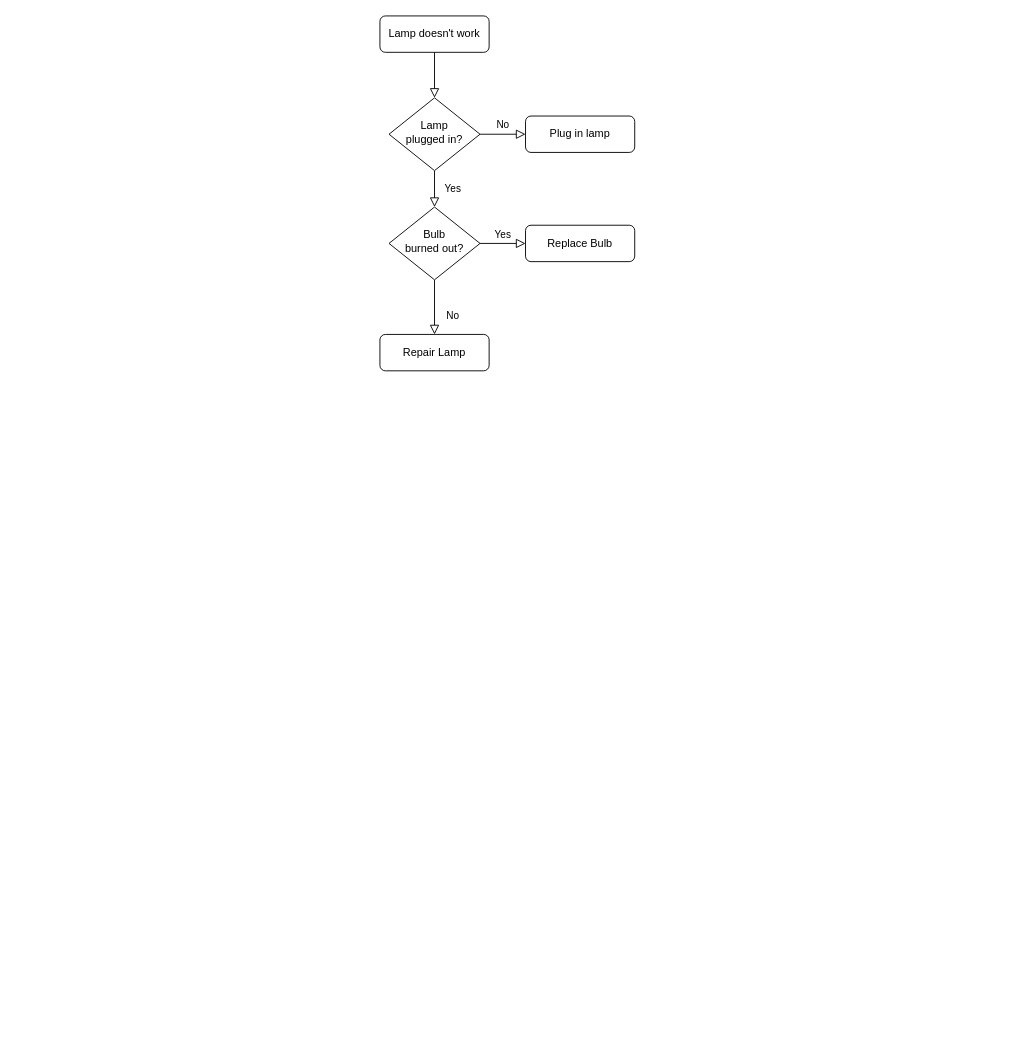
Earlier version of the draw.io diagram plannet x greening game dev process.drawio (AlyxLion/GUI-Assessment-1-). Source tidied: cells renumbered, new cells numbered last; positions are measured from the earlier drawing's top-left corner, leaving out a move shared by most shapes. Both pictures are drawn from the tidied source at 91%, with x=0, y=0 at pixel (379, 15).
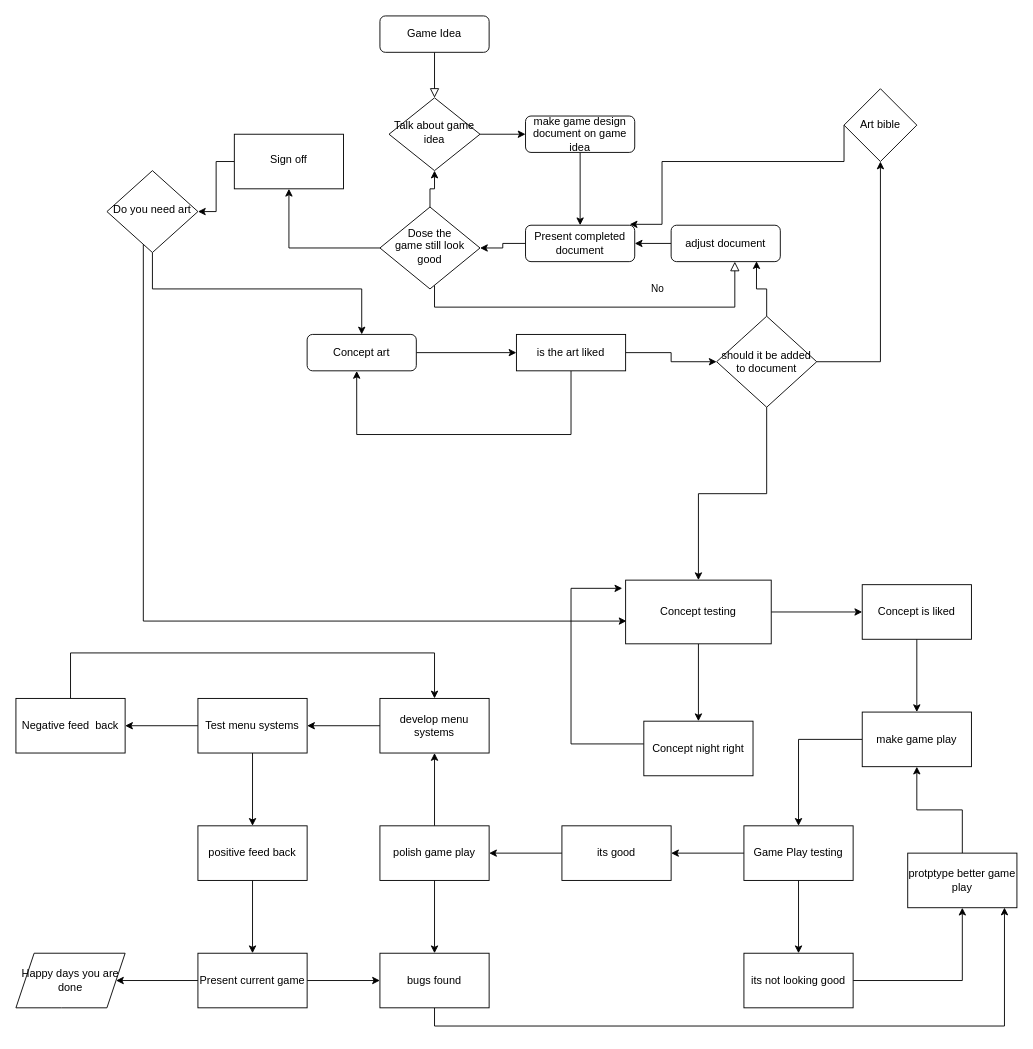
The same page after the edit.

The edit, as a diff of the source:
```diff
@@
-    <mxCell id="3" value="Lamp doesn't work" style="rounded=1;whiteSpace=wrap;html=1;fontSize=12;glass=0;strokeWidth=1;shadow=0;" parent="1" vertex="1">
+    <mxCell id="3" value="Game Idea" style="rounded=1;whiteSpace=wrap;html=1;fontSize=12;glass=0;strokeWidth=1;shadow=0;" parent="1" vertex="1">
       <mxGeometry width="120" height="40" as="geometry" />
     </mxCell>
-    <mxCell id="4" value="Yes" style="rounded=0;html=1;jettySize=auto;fontSize=11;endArrow=block;endFill=0;endSize=8;strokeWidth=1;shadow=0;labelBackgroundColor=none;edgeStyle=orthogonalEdgeStyle;" parent="1" edge="1" source="6" target="10">
-      <mxGeometry y="20" relative="1" as="geometry" />
-    </mxCell>
-    <mxCell id="5" value="No" style="edgeStyle=orthogonalEdgeStyle;rounded=0;html=1;jettySize=auto;fontSize=11;endArrow=block;endFill=0;endSize=8;strokeWidth=1;shadow=0;labelBackgroundColor=none;" parent="1" edge="1" source="6" target="7">
-      <mxGeometry y="10" relative="1" as="geometry" />
+    <mxCell id="5" style="edgeStyle=orthogonalEdgeStyle;rounded=0;jettySize=auto;html=1;" parent="1" edge="1" source="6" target="7">
+      <mxGeometry relative="1" as="geometry" />
     </mxCell>
-    <mxCell id="6" value="Lamp&lt;br&gt;plugged in?" style="rhombus;whiteSpace=wrap;html=1;shadow=0;fontFamily=Helvetica;fontSize=12;align=center;strokeWidth=1;spacing=6;spacingTop=-4;" parent="1" vertex="1">
+    <mxCell id="6" value="Talk about game idea" style="rhombus;whiteSpace=wrap;html=1;shadow=0;fontFamily=Helvetica;fontSize=12;align=center;strokeWidth=1;spacing=6;spacingTop=-4;" parent="1" vertex="1">
       <mxGeometry x="10" y="90" width="100" height="80" as="geometry" />
     </mxCell>
+    <mxCell id="13" style="edgeStyle=orthogonalEdgeStyle;rounded=0;jettySize=auto;html=1;" parent="1" edge="1" source="7" target="12">
+      <mxGeometry relative="1" as="geometry" />
+    </mxCell>
-    <mxCell id="7" value="Plug in lamp" style="rounded=1;whiteSpace=wrap;html=1;fontSize=12;glass=0;strokeWidth=1;shadow=0;" parent="1" vertex="1">
+    <mxCell id="7" value="make game design document on game idea" style="rounded=1;whiteSpace=wrap;html=1;fontSize=12;glass=0;strokeWidth=1;shadow=0;" parent="1" vertex="1">
       <mxGeometry x="160" y="110" width="120" height="40" as="geometry" />
     </mxCell>
-    <mxCell id="8" value="No" style="rounded=0;html=1;jettySize=auto;fontSize=11;endArrow=block;endFill=0;endSize=8;strokeWidth=1;shadow=0;labelBackgroundColor=none;edgeStyle=orthogonalEdgeStyle;" parent="1" edge="1" source="10" target="11">
-      <mxGeometry x="0.33" y="20" relative="1" as="geometry" />
+    <mxCell id="8" value="No" style="rounded=0;html=1;jettySize=auto;fontSize=11;endArrow=block;endFill=0;endSize=8;strokeWidth=1;shadow=0;labelBackgroundColor=none;edgeStyle=orthogonalEdgeStyle;" parent="1" edge="1" source="10" target="19">
+      <mxGeometry x="0.33" y="20" relative="1" as="geometry">
+        <Array as="points">
+          <mxPoint x="60" y="320" />
+          <mxPoint x="390" y="320" />
+        </Array>
+      </mxGeometry>
     </mxCell>
-    <mxCell id="9" value="Yes" style="edgeStyle=orthogonalEdgeStyle;rounded=0;html=1;jettySize=auto;fontSize=11;endArrow=block;endFill=0;endSize=8;strokeWidth=1;shadow=0;labelBackgroundColor=none;" parent="1" edge="1" source="10" target="12">
-      <mxGeometry y="10" relative="1" as="geometry" />
-    </mxCell>
+    <mxCell id="14" style="edgeStyle=orthogonalEdgeStyle;rounded=0;jettySize=auto;html=1;" parent="1" edge="1" source="10" target="6">
+      <mxGeometry relative="1" as="geometry" />
+    </mxCell>
+    <mxCell id="15" style="edgeStyle=orthogonalEdgeStyle;rounded=0;jettySize=auto;html=1;" parent="1" edge="1" source="10" target="68">
+      <mxGeometry relative="1" as="geometry" />
+    </mxCell>
-    <mxCell id="10" value="Bulb&lt;br&gt;burned out?" style="rhombus;whiteSpace=wrap;html=1;shadow=0;fontFamily=Helvetica;fontSize=12;align=center;strokeWidth=1;spacing=6;spacingTop=-4;" parent="1" vertex="1">
-      <mxGeometry x="10" y="210" width="100" height="80" as="geometry" />
+    <mxCell id="10" value="&lt;div&gt;Dose the &lt;br&gt;&lt;/div&gt;&lt;div&gt;game still look&lt;/div&gt;&lt;div&gt;good&lt;br&gt;&lt;/div&gt;" style="rhombus;whiteSpace=wrap;html=1;shadow=0;fontFamily=Helvetica;fontSize=12;align=center;strokeWidth=1;spacing=6;spacingTop=-4;" parent="1" vertex="1">
+      <mxGeometry y="210" width="110" height="90" as="geometry" />
     </mxCell>
+    <mxCell id="16" style="edgeStyle=orthogonalEdgeStyle;rounded=0;jettySize=auto;html=1;" parent="1" edge="1" source="11" target="22">
+      <mxGeometry relative="1" as="geometry" />
+    </mxCell>
-    <mxCell id="11" value="Repair Lamp" style="rounded=1;whiteSpace=wrap;html=1;fontSize=12;glass=0;strokeWidth=1;shadow=0;" parent="1" vertex="1">
-      <mxGeometry y="350" width="120" height="40" as="geometry" />
+    <mxCell id="11" value="Concept art" style="rounded=1;whiteSpace=wrap;html=1;fontSize=12;glass=0;strokeWidth=1;shadow=0;" parent="1" vertex="1">
+      <mxGeometry x="-80" y="350" width="120" height="40" as="geometry" />
     </mxCell>
+    <mxCell id="17" style="edgeStyle=orthogonalEdgeStyle;rounded=0;jettySize=auto;html=1;" parent="1" edge="1" source="12" target="10">
+      <mxGeometry relative="1" as="geometry" />
+    </mxCell>
-    <mxCell id="12" value="Replace Bulb" style="rounded=1;whiteSpace=wrap;html=1;fontSize=12;glass=0;strokeWidth=1;shadow=0;" parent="1" vertex="1">
+    <mxCell id="12" value="Present completed document " style="rounded=1;whiteSpace=wrap;html=1;fontSize=12;glass=0;strokeWidth=1;shadow=0;" parent="1" vertex="1">
       <mxGeometry x="160" y="230" width="120" height="40" as="geometry" />
     </mxCell>
+    <mxCell id="18" style="edgeStyle=orthogonalEdgeStyle;rounded=0;jettySize=auto;html=1;" parent="1" edge="1" source="19" target="12">
+      <mxGeometry relative="1" as="geometry" />
+    </mxCell>
+    <mxCell id="19" value="adjust document " style="rounded=1;whiteSpace=wrap;html=1;fontSize=12;glass=0;strokeWidth=1;shadow=0;" parent="1" vertex="1">
+      <mxGeometry x="320" y="230" width="120" height="40" as="geometry" />
+    </mxCell>
+    <mxCell id="20" style="edgeStyle=orthogonalEdgeStyle;rounded=0;jettySize=auto;html=1;" parent="1" edge="1" source="22" target="26">
+      <mxGeometry relative="1" as="geometry" />
+    </mxCell>
+    <mxCell id="21" style="edgeStyle=orthogonalEdgeStyle;rounded=0;jettySize=auto;html=1;entryX=0.454;entryY=1.004;entryDx=0;entryDy=0;entryPerimeter=0;" parent="1" edge="1" source="22" target="11">
+      <mxGeometry relative="1" as="geometry">
+        <Array as="points">
+          <mxPoint x="210" y="460" />
+          <mxPoint x="-26" y="460" />
+        </Array>
+      </mxGeometry>
+    </mxCell>
+    <mxCell id="22" value="is the art liked" style="rounded=1;whiteSpace=wrap;html=1;fontSize=12;glass=0;strokeWidth=1;shadow=0;arcSize=0;" parent="1" vertex="1">
+      <mxGeometry x="150" y="350" width="120" height="40" as="geometry" />
+    </mxCell>
+    <mxCell id="23" style="edgeStyle=orthogonalEdgeStyle;rounded=0;jettySize=auto;html=1;entryX=0.782;entryY=0.989;entryDx=0;entryDy=0;entryPerimeter=0;exitX=0.5;exitY=0;exitDx=0;exitDy=0;" parent="1" edge="1" source="26" target="19">
+      <mxGeometry relative="1" as="geometry" />
+    </mxCell>
+    <mxCell id="24" style="edgeStyle=orthogonalEdgeStyle;rounded=0;jettySize=auto;html=1;" parent="1" edge="1" source="26" target="31">
+      <mxGeometry relative="1" as="geometry" />
+    </mxCell>
+    <mxCell id="25" style="edgeStyle=orthogonalEdgeStyle;rounded=0;jettySize=auto;html=1;" parent="1" edge="1" source="26" target="34">
+      <mxGeometry relative="1" as="geometry" />
+    </mxCell>
+    <mxCell id="26" value="should it be added to document " style="rhombus;whiteSpace=wrap;html=1;rounded=1;shadow=0;strokeWidth=1;glass=0;arcSize=0;" parent="1" vertex="1">
+      <mxGeometry x="370" y="330" width="110" height="100" as="geometry" />
+    </mxCell>
+    <mxCell id="27" style="edgeStyle=orthogonalEdgeStyle;rounded=0;jettySize=auto;html=1;" parent="1" edge="1" source="29" target="11">
+      <mxGeometry relative="1" as="geometry">
+        <Array as="points">
+          <mxPoint x="-250" y="300" />
+          <mxPoint x="-20" y="300" />
+        </Array>
+      </mxGeometry>
+    </mxCell>
+    <mxCell id="28" style="edgeStyle=orthogonalEdgeStyle;rounded=0;jettySize=auto;html=1;entryX=0.006;entryY=0.643;entryDx=0;entryDy=0;entryPerimeter=0;" parent="1" edge="1" source="29" target="34">
+      <mxGeometry relative="1" as="geometry">
+        <Array as="points">
+          <mxPoint x="-260" y="665" />
+        </Array>
+      </mxGeometry>
+    </mxCell>
+    <mxCell id="29" value="Do you need art" style="rhombus;whiteSpace=wrap;html=1;shadow=0;strokeWidth=1;spacing=6;spacingTop=-4;" parent="1" vertex="1">
+      <mxGeometry x="-300" y="170" width="100" height="90" as="geometry" />
+    </mxCell>
+    <mxCell id="30" style="edgeStyle=orthogonalEdgeStyle;rounded=0;jettySize=auto;html=1;entryX=0.954;entryY=-0.025;entryDx=0;entryDy=0;entryPerimeter=0;exitX=0;exitY=0.5;exitDx=0;exitDy=0;" parent="1" edge="1" source="31" target="12">
+      <mxGeometry relative="1" as="geometry">
+        <Array as="points">
+          <mxPoint x="510" y="160" />
+          <mxPoint x="310" y="160" />
+          <mxPoint x="310" y="229" />
+        </Array>
+      </mxGeometry>
+    </mxCell>
+    <mxCell id="31" value="Art bible" style="rhombus;whiteSpace=wrap;html=1;rounded=1;shadow=0;strokeWidth=1;glass=0;arcSize=0;" parent="1" vertex="1">
+      <mxGeometry x="510" y="80" width="80" height="80" as="geometry" />
+    </mxCell>
+    <mxCell id="32" style="edgeStyle=orthogonalEdgeStyle;rounded=0;jettySize=auto;html=1;" parent="1" edge="1" source="34" target="36">
+      <mxGeometry relative="1" as="geometry" />
+    </mxCell>
+    <mxCell id="33" style="edgeStyle=orthogonalEdgeStyle;rounded=0;jettySize=auto;html=1;" parent="1" edge="1" source="34" target="40">
+      <mxGeometry relative="1" as="geometry" />
+    </mxCell>
+    <mxCell id="34" value="Concept testing" style="rounded=1;whiteSpace=wrap;html=1;shadow=0;strokeWidth=1;glass=0;arcSize=0;" parent="1" vertex="1">
+      <mxGeometry x="270" y="620" width="160" height="70" as="geometry" />
+    </mxCell>
+    <mxCell id="35" style="edgeStyle=orthogonalEdgeStyle;rounded=0;jettySize=auto;html=1;" parent="1" edge="1" source="36" target="38">
+      <mxGeometry relative="1" as="geometry" />
+    </mxCell>
+    <mxCell id="36" value="Concept is liked " style="whiteSpace=wrap;html=1;rounded=1;shadow=0;strokeWidth=1;glass=0;arcSize=0;" parent="1" vertex="1">
+      <mxGeometry x="530" y="625" width="120" height="60" as="geometry" />
+    </mxCell>
+    <mxCell id="37" style="edgeStyle=orthogonalEdgeStyle;rounded=0;jettySize=auto;html=1;" parent="1" edge="1" source="38" target="43">
+      <mxGeometry relative="1" as="geometry" />
+    </mxCell>
+    <mxCell id="38" value="make game play" style="whiteSpace=wrap;html=1;rounded=1;shadow=0;strokeWidth=1;glass=0;arcSize=0;" parent="1" vertex="1">
+      <mxGeometry x="530" y="765" width="120" height="60" as="geometry" />
+    </mxCell>
+    <mxCell id="39" style="edgeStyle=orthogonalEdgeStyle;rounded=0;jettySize=auto;html=1;entryX=-0.023;entryY=0.129;entryDx=0;entryDy=0;entryPerimeter=0;" parent="1" edge="1" source="40" target="34">
+      <mxGeometry relative="1" as="geometry">
+        <Array as="points">
+          <mxPoint x="210" y="800" />
+          <mxPoint x="210" y="629" />
+        </Array>
+      </mxGeometry>
+    </mxCell>
+    <mxCell id="40" value="Concept night right" style="whiteSpace=wrap;html=1;rounded=1;shadow=0;strokeWidth=1;glass=0;arcSize=0;" parent="1" vertex="1">
+      <mxGeometry x="290" y="775" width="120" height="60" as="geometry" />
+    </mxCell>
+    <mxCell id="41" style="edgeStyle=orthogonalEdgeStyle;rounded=0;jettySize=auto;html=1;" parent="1" edge="1" source="43" target="45">
+      <mxGeometry relative="1" as="geometry" />
+    </mxCell>
+    <mxCell id="42" style="edgeStyle=orthogonalEdgeStyle;rounded=0;jettySize=auto;html=1;" parent="1" edge="1" source="43" target="50">
+      <mxGeometry relative="1" as="geometry" />
+    </mxCell>
+    <mxCell id="43" value="Game Play testing" style="whiteSpace=wrap;html=1;rounded=1;shadow=0;strokeWidth=1;glass=0;arcSize=0;" parent="1" vertex="1">
+      <mxGeometry x="400" y="890" width="120" height="60" as="geometry" />
+    </mxCell>
+    <mxCell id="44" style="edgeStyle=orthogonalEdgeStyle;rounded=0;jettySize=auto;html=1;" parent="1" edge="1" source="45" target="48">
+      <mxGeometry relative="1" as="geometry" />
+    </mxCell>
+    <mxCell id="45" value="its good" style="whiteSpace=wrap;html=1;rounded=1;shadow=0;strokeWidth=1;glass=0;arcSize=0;" parent="1" vertex="1">
+      <mxGeometry x="200" y="890" width="120" height="60" as="geometry" />
+    </mxCell>
+    <mxCell id="46" style="edgeStyle=orthogonalEdgeStyle;rounded=0;jettySize=auto;html=1;" parent="1" edge="1" source="48" target="54">
+      <mxGeometry relative="1" as="geometry" />
+    </mxCell>
+    <mxCell id="47" style="edgeStyle=orthogonalEdgeStyle;rounded=0;jettySize=auto;html=1;" parent="1" edge="1" source="48" target="56">
+      <mxGeometry relative="1" as="geometry" />
+    </mxCell>
+    <mxCell id="48" value="polish game play" style="rounded=1;whiteSpace=wrap;html=1;shadow=0;strokeWidth=1;glass=0;arcSize=0;" parent="1" vertex="1">
+      <mxGeometry y="890" width="120" height="60" as="geometry" />
+    </mxCell>
+    <mxCell id="49" style="edgeStyle=orthogonalEdgeStyle;rounded=0;jettySize=auto;html=1;" parent="1" edge="1" source="50" target="52">
+      <mxGeometry relative="1" as="geometry" />
+    </mxCell>
+    <mxCell id="50" value="its not looking good" style="whiteSpace=wrap;html=1;rounded=1;shadow=0;strokeWidth=1;glass=0;arcSize=0;" parent="1" vertex="1">
+      <mxGeometry x="400" y="1030" width="120" height="60" as="geometry" />
+    </mxCell>
+    <mxCell id="51" style="edgeStyle=orthogonalEdgeStyle;rounded=0;jettySize=auto;html=1;" parent="1" edge="1" source="52" target="38">
+      <mxGeometry relative="1" as="geometry" />
+    </mxCell>
+    <mxCell id="52" value="protptype better game play" style="whiteSpace=wrap;html=1;rounded=1;shadow=0;strokeWidth=1;glass=0;arcSize=0;" parent="1" vertex="1">
+      <mxGeometry x="580" y="920" width="120" height="60" as="geometry" />
+    </mxCell>
+    <mxCell id="53" style="edgeStyle=orthogonalEdgeStyle;rounded=0;jettySize=auto;html=1;" parent="1" edge="1" source="54" target="59">
+      <mxGeometry relative="1" as="geometry" />
+    </mxCell>
+    <mxCell id="54" value="develop menu systems" style="whiteSpace=wrap;html=1;rounded=1;shadow=0;strokeWidth=1;glass=0;arcSize=0;" parent="1" vertex="1">
+      <mxGeometry y="750" width="120" height="60" as="geometry" />
+    </mxCell>
+    <mxCell id="55" style="edgeStyle=orthogonalEdgeStyle;rounded=0;jettySize=auto;html=1;entryX=0.886;entryY=0.997;entryDx=0;entryDy=0;entryPerimeter=0;" parent="1" edge="1" source="56" target="52">
+      <mxGeometry relative="1" as="geometry">
+        <Array as="points">
+          <mxPoint x="60" y="1110" />
+          <mxPoint x="686" y="1110" />
+        </Array>
+      </mxGeometry>
+    </mxCell>
+    <mxCell id="56" value="bugs found" style="whiteSpace=wrap;html=1;rounded=1;shadow=0;strokeWidth=1;glass=0;arcSize=0;" parent="1" vertex="1">
+      <mxGeometry y="1030" width="120" height="60" as="geometry" />
+    </mxCell>
+    <mxCell id="57" style="edgeStyle=orthogonalEdgeStyle;rounded=0;jettySize=auto;html=1;" parent="1" edge="1" source="59" target="61">
+      <mxGeometry relative="1" as="geometry" />
+    </mxCell>
+    <mxCell id="58" style="edgeStyle=orthogonalEdgeStyle;rounded=0;jettySize=auto;html=1;" parent="1" edge="1" source="59" target="66">
+      <mxGeometry relative="1" as="geometry" />
+    </mxCell>
+    <mxCell id="59" value="Test menu systems" style="whiteSpace=wrap;html=1;rounded=1;shadow=0;strokeWidth=1;glass=0;arcSize=0;" parent="1" vertex="1">
+      <mxGeometry x="-200" y="750" width="120" height="60" as="geometry" />
+    </mxCell>
+    <mxCell id="60" style="edgeStyle=orthogonalEdgeStyle;rounded=0;jettySize=auto;html=1;" parent="1" edge="1" source="61" target="64">
+      <mxGeometry relative="1" as="geometry" />
+    </mxCell>
+    <mxCell id="61" value="positive feed back" style="whiteSpace=wrap;html=1;rounded=1;shadow=0;strokeWidth=1;glass=0;arcSize=0;" parent="1" vertex="1">
+      <mxGeometry x="-200" y="890" width="120" height="60" as="geometry" />
+    </mxCell>
+    <mxCell id="62" style="edgeStyle=orthogonalEdgeStyle;rounded=0;jettySize=auto;html=1;" parent="1" edge="1" source="64" target="56">
+      <mxGeometry relative="1" as="geometry" />
+    </mxCell>
+    <mxCell id="63" style="edgeStyle=orthogonalEdgeStyle;rounded=0;jettySize=auto;html=1;" parent="1" edge="1" source="64" target="69">
+      <mxGeometry relative="1" as="geometry" />
+    </mxCell>
+    <mxCell id="64" value="Present current game" style="rounded=1;whiteSpace=wrap;html=1;shadow=0;strokeWidth=1;glass=0;arcSize=0;" parent="1" vertex="1">
+      <mxGeometry x="-200" y="1030" width="120" height="60" as="geometry" />
+    </mxCell>
+    <mxCell id="65" style="edgeStyle=orthogonalEdgeStyle;rounded=0;jettySize=auto;html=1;entryX=0.5;entryY=0;entryDx=0;entryDy=0;" parent="1" edge="1" source="66" target="54">
+      <mxGeometry relative="1" as="geometry">
+        <Array as="points">
+          <mxPoint x="-340" y="700" />
+          <mxPoint x="60" y="700" />
+        </Array>
+      </mxGeometry>
+    </mxCell>
+    <mxCell id="66" value="Negative feed&amp;nbsp; back" style="whiteSpace=wrap;html=1;rounded=1;shadow=0;strokeWidth=1;glass=0;arcSize=0;" parent="1" vertex="1">
+      <mxGeometry x="-400" y="750" width="120" height="60" as="geometry" />
+    </mxCell>
+    <mxCell id="67" style="edgeStyle=orthogonalEdgeStyle;rounded=0;jettySize=auto;html=1;" parent="1" edge="1" source="68" target="29">
+      <mxGeometry relative="1" as="geometry" />
+    </mxCell>
+    <mxCell id="68" value="Sign off" style="whiteSpace=wrap;html=1;shadow=0;strokeWidth=1;spacing=6;spacingTop=-4;" parent="1" vertex="1">
+      <mxGeometry x="-160" y="130" width="120" height="60" as="geometry" />
+    </mxCell>
+    <mxCell id="69" value="Happy days you are done" style="shape=parallelogram;perimeter=parallelogramPerimeter;whiteSpace=wrap;html=1;fixedSize=1;rounded=1;shadow=0;strokeWidth=1;glass=0;arcSize=0;" parent="1" vertex="1">
+      <mxGeometry x="-400" y="1030" width="120" height="60" as="geometry" />
+    </mxCell>
```
